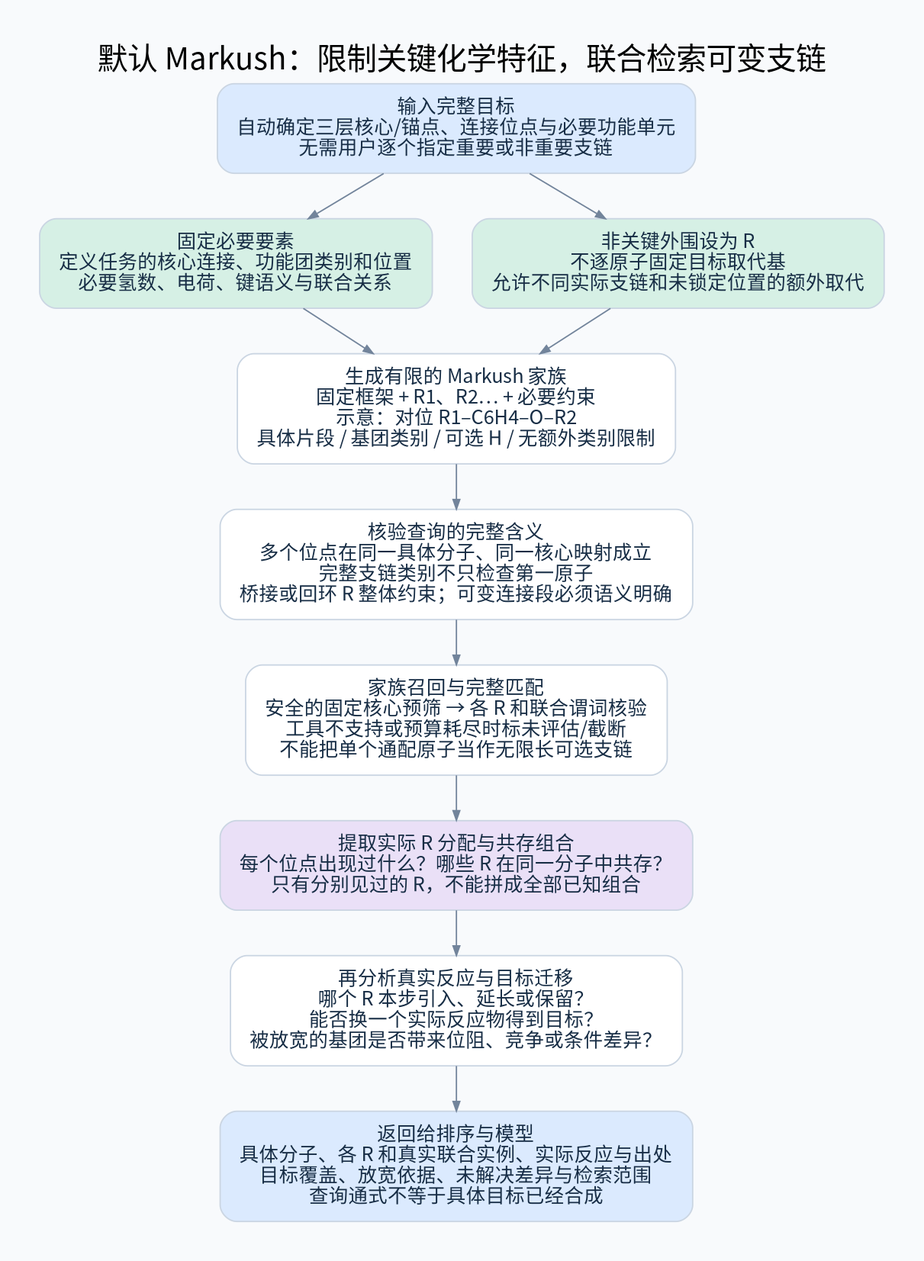
This is diagrams/markush-query.png from 825728139/substructure_search, a Graphviz export, as it was before one commit. Its source is kept beside it as diagrams/markush-query.dot. Its diagram source:
```dot
digraph G {

graph [rankdir=TB, bgcolor="#F8FAFC", pad="0.4", nodesep="0.40", ranksep="0.46", fontname="Noto Sans CJK SC", fontsize=22, labelloc=t];
node [shape=box, style="rounded,filled", fillcolor="white", color="#CAD5E2", fontcolor="#172D45", fontname="Noto Sans CJK SC", fontsize=14, margin="0.20,0.14"];
edge [color="#72849B", arrowsize=0.7, fontname="Noto Sans CJK SC", fontsize=11, fontcolor="#526477"];

label="默认 Markush：限制关键化学特征，联合检索可变支链";
a [label="输入完整目标
自动确定三层核心/锚点、连接位点与必要功能单元
无需用户逐个指定重要或非重要支链", fillcolor="#DBEAFE"];
fixed [label="固定必要要素
定义任务的核心连接、功能团类别和位置
必要氢数、电荷、键语义与联合关系", fillcolor="#D6F0E5"];
variable [label="非关键外围设为 R
不逐原子固定目标取代基
允许不同实际支链和未锁定位置的额外取代", fillcolor="#D6F0E5"];
family [label="生成有限的 Markush 家族
固定框架 + R1、R2… + 必要约束
示意：对位 R1–C6H4–O–R2
具体片段 / 基团类别 / 可选 H / 无额外类别限制"];
relations [label="核验查询的完整含义
多个位点在同一具体分子、同一核心映射成立
完整支链类别不只检查第一原子
桥接或回环 R 整体约束；可变连接段必须语义明确"];
search [label="家族召回与完整匹配
安全的固定核心预筛 → 各 R 和联合谓词核验
工具不支持或预算耗尽时标未评估/截断
不能把单个通配原子当作无限长可选支链"];
result [label="提取实际 R 分配与共存组合
每个位点出现过什么？哪些 R 在同一分子中共存？
只有分别见过的 R，不能拼成全部已知组合", fillcolor="#EAE0F7"];
reaction [label="再分析真实反应与目标迁移
哪个 R 本步引入、延长或保留？
能否换一个实际反应物得到目标？
被放宽的基团是否带来位阻、竞争或条件差异？"];
out [label="返回给排序与模型
具体分子、各 R 和真实联合实例、实际反应与出处
目标覆盖、放宽依据、未解决差异与检索范围
查询通式不等于具体目标已经合成", fillcolor="#DBEAFE"];
a -> fixed; a -> variable;
fixed -> family; variable -> family;
family -> relations -> search -> result -> reaction -> out;
}
```
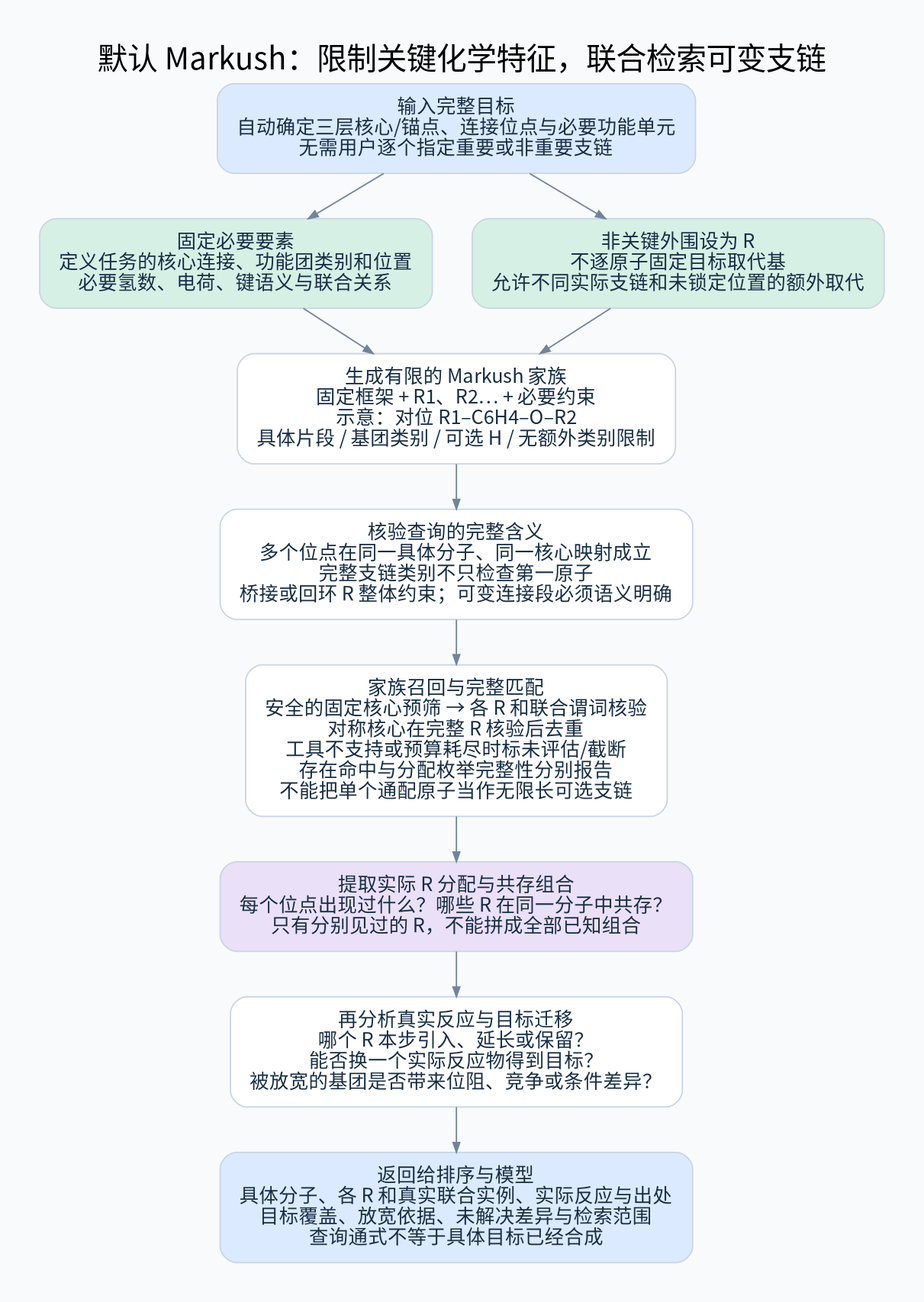
Above is the later version.

The edit, as a diff of the source:
```diff
@@ -24,7 +24,9 @@
 桥接或回环 R 整体约束；可变连接段必须语义明确"];
 search [label="家族召回与完整匹配
 安全的固定核心预筛 → 各 R 和联合谓词核验
+对称核心在完整 R 核验后去重
 工具不支持或预算耗尽时标未评估/截断
+存在命中与分配枚举完整性分别报告
 不能把单个通配原子当作无限长可选支链"];
 result [label="提取实际 R 分配与共存组合
 每个位点出现过什么？哪些 R 在同一分子中共存？
```
